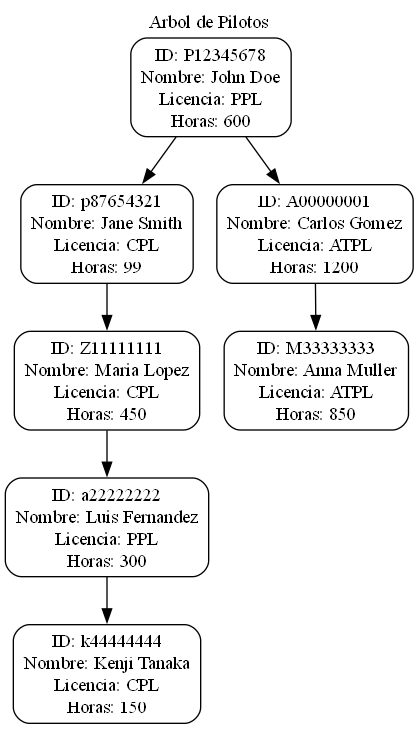
Above: src/arbol_pilotos.png in natstyles/202400111_EDD_Proyecto (Graphviz), before the change. Its source is kept beside it as src/arbol_pilotos.dot.
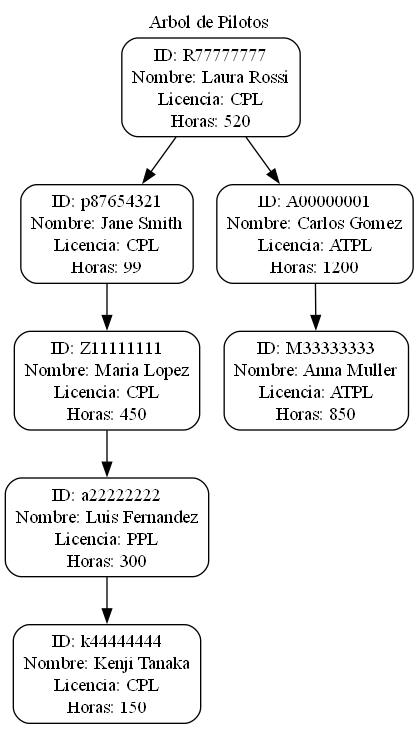
The same diagram one commit later.

What changed in the source:
```diff
@@ -2,9 +2,9 @@
 labelloc="t";
 label="Arbol de Pilotos";
 node [shape=box, style=rounded];
-n600 [label="ID: P12345678\nNombre: John Doe\nLicencia: PPL\nHoras: 600"];
-n600 -> n99;
-n600 -> n1200;
+n520 [label="ID: R77777777\nNombre: Laura Rossi\nLicencia: CPL\nHoras: 520"];
+n520 -> n99;
+n520 -> n1200;
 n99 [label="ID: p87654321\nNombre: Jane Smith\nLicencia: CPL\nHoras: 99"];
 n99 -> n450;
 n450 [label="ID: Z11111111\nNombre: Maria Lopez\nLicencia: CPL\nHoras: 450"];
```
